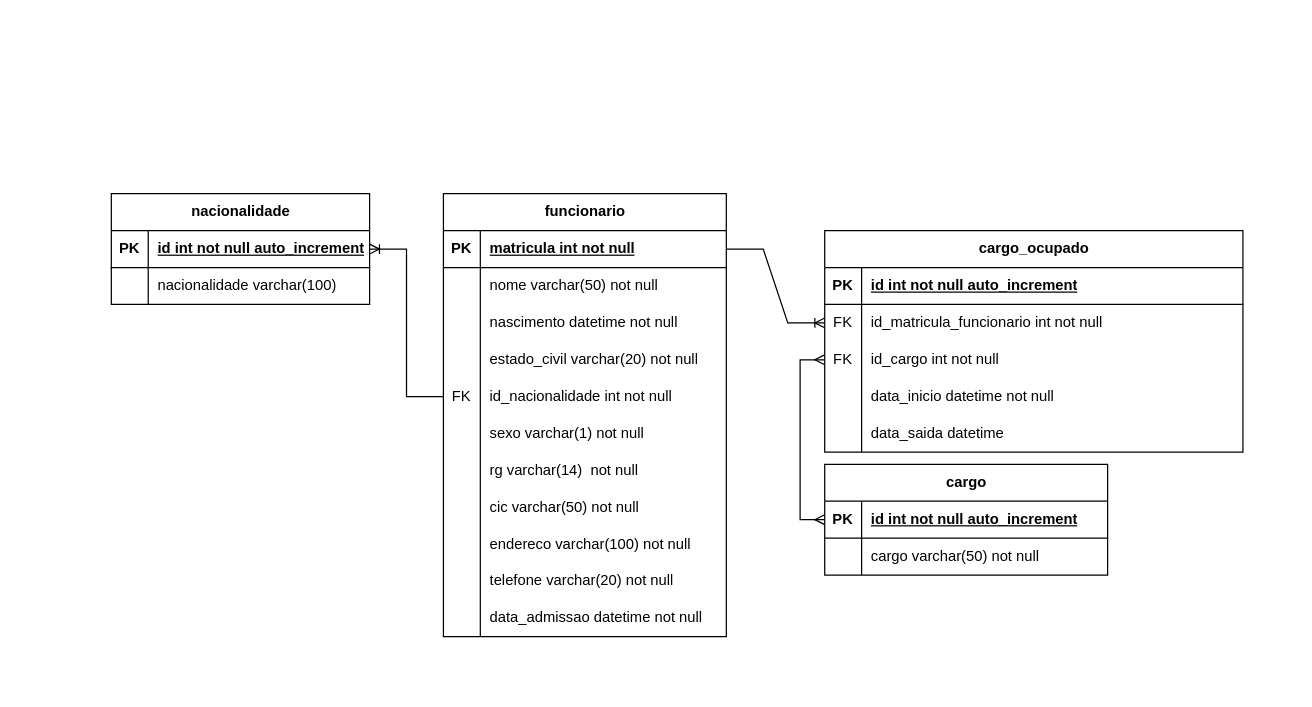
Above: Diagramas/Atividades/normalizacao.drawio in samueldelorenzi/BancoDeDadosI (draw.io), before the change. Source tidied: cells renumbered, new cells numbered last; positions are measured from the earlier drawing's top-left corner, leaving out a move shared by most shapes. Both pictures are drawn from the tidied source at 123%, with x=0, y=0 at pixel (111, 193).
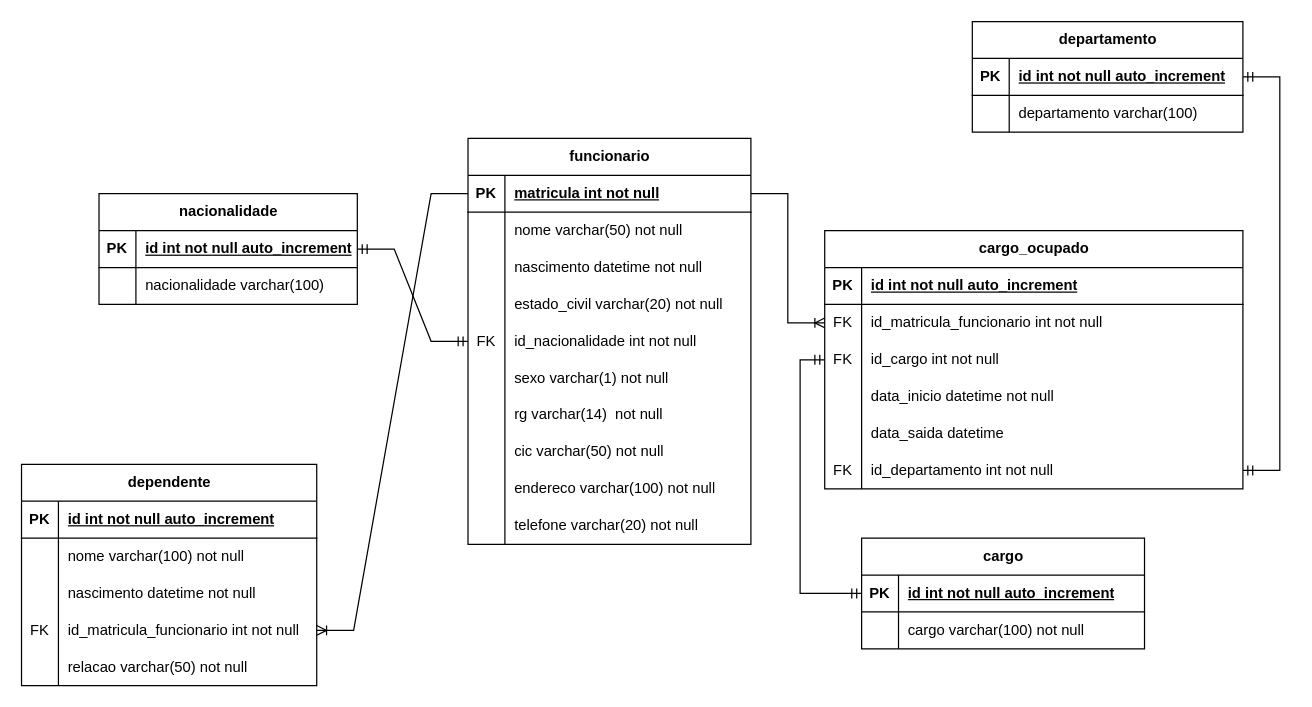
After the change.

The change refers to these unchanged cells:
```xml
<mxCell id="3" style="shape=tableRow;horizontal=0;startSize=0;swimlaneHead=0;swimlaneBody=0;fillColor=none;points=[[0,0.5],[1,0.5]];portConstraint=eastwest;top=0;left=0;right=0;bottom=1;" parent="2" vertex="1">
  <mxGeometry y="30" width="230" height="30" as="geometry" />
</mxCell>
<mxCell id="15" style="shape=tableRow;horizontal=0;startSize=0;swimlaneHead=0;swimlaneBody=0;fillColor=none;points=[[0,0.5],[1,0.5]];portConstraint=eastwest;top=0;left=0;right=0;bottom=0;" parent="2" vertex="1">
  <mxGeometry y="150" width="230" height="30" as="geometry" />
</mxCell>
<mxCell id="37" style="shape=tableRow;horizontal=0;startSize=0;swimlaneHead=0;swimlaneBody=0;fillColor=none;points=[[0,0.5],[1,0.5]];portConstraint=eastwest;top=0;left=0;right=0;bottom=1;" parent="36" vertex="1">
  <mxGeometry y="30" width="230" height="30" as="geometry" />
</mxCell>
<mxCell id="40" style="shape=tableRow;horizontal=0;startSize=0;swimlaneHead=0;swimlaneBody=0;fillColor=none;top=0;left=0;right=0;bottom=0;" parent="36" vertex="1">
  <mxGeometry y="60" width="230" height="30" as="geometry" />
</mxCell>
<mxCell id="47" style="shape=tableRow;horizontal=0;startSize=0;swimlaneHead=0;swimlaneBody=0;fillColor=none;points=[[0,0.5],[1,0.5]];portConstraint=eastwest;top=0;left=0;right=0;bottom=0;" parent="43" vertex="1">
  <mxGeometry y="60" width="340" height="30" as="geometry" />
</mxCell>
<mxCell id="50" style="shape=tableRow;horizontal=0;startSize=0;swimlaneHead=0;swimlaneBody=0;fillColor=none;points=[[0,0.5],[1,0.5]];portConstraint=eastwest;top=0;left=0;right=0;bottom=0;" parent="43" vertex="1">
  <mxGeometry y="90" width="340" height="30" as="geometry" />
</mxCell>
<mxCell id="60" style="shape=tableRow;horizontal=0;startSize=0;swimlaneHead=0;swimlaneBody=0;fillColor=none;points=[[0,0.5],[1,0.5]];portConstraint=eastwest;top=0;left=0;right=0;bottom=1;" parent="59" vertex="1">
  <mxGeometry y="30" width="210" height="30" as="geometry" />
</mxCell>
```

The edit, as a diff of the source:
```diff
@@
     <mxCell id="2" value="funcionario" style="shape=table;startSize=30;childLayout=tableLayout;rowLines=0;fontStyle=1;align=center;html=1;" parent="1" vertex="1">
-      <mxGeometry x="270" width="230" height="360" as="geometry" />
+      <mxGeometry x="290" y="-45" width="230" height="330" as="geometry" />
     </mxCell>
@@
-    <mxCell id="33" style="shape=tableRow;horizontal=0;startSize=0;swimlaneHead=0;swimlaneBody=0;fillColor=none;top=0;left=0;right=0;bottom=0;" parent="2" vertex="1">
-      <mxGeometry y="330" width="230" height="30" as="geometry" />
-    </mxCell>
-    <mxCell id="34" style="shape=partialRectangle;fillColor=none;top=0;left=0;bottom=0;right=0;overflow=hidden;whiteSpace=wrap;html=1;" parent="33" vertex="1">
-      <mxGeometry width="30" height="30" as="geometry" />
-    </mxCell>
-    <mxCell id="35" value="data_admissao datetime not null" style="shape=partialRectangle;fillColor=none;top=0;left=0;bottom=0;right=0;align=left;spacingLeft=6;overflow=hidden;whiteSpace=wrap;html=1;" parent="33" vertex="1">
-      <mxGeometry x="30" width="200" height="30" as="geometry" />
-    </mxCell>
     <mxCell id="36" value="cargo" style="shape=table;startSize=30;childLayout=tableLayout;rowLines=0;fontStyle=1;align=center;html=1;" parent="1" vertex="1">
-      <mxGeometry x="580" y="220" width="230" height="90" as="geometry" />
+      <mxGeometry x="610" y="280" width="230" height="90" as="geometry" />
     </mxCell>
@@
-    <mxCell id="42" value="cargo varchar(50) not null" style="shape=partialRectangle;fillColor=none;top=0;left=0;bottom=0;right=0;align=left;spacingLeft=6;overflow=hidden;whiteSpace=wrap;html=1;" parent="40" vertex="1">
+    <mxCell id="42" value="cargo varchar(100) not null" style="shape=partialRectangle;fillColor=none;top=0;left=0;bottom=0;right=0;align=left;spacingLeft=6;overflow=hidden;whiteSpace=wrap;html=1;" parent="40" vertex="1">
       <mxGeometry x="30" width="200" height="30" as="geometry" />
     </mxCell>
     <mxCell id="43" value="cargo_ocupado" style="shape=table;startSize=30;childLayout=tableLayout;rowLines=0;fontStyle=1;align=center;html=1;" parent="1" vertex="1">
-      <mxGeometry x="580" y="30" width="340" height="180" as="geometry" />
+      <mxGeometry x="580" y="30" width="340" height="210" as="geometry" />
     </mxCell>
@@
+    <mxCell id="69" style="shape=tableRow;horizontal=0;startSize=0;swimlaneHead=0;swimlaneBody=0;fillColor=none;points=[[0,0.5],[1,0.5]];portConstraint=eastwest;top=0;left=0;right=0;bottom=0;" parent="43" vertex="1">
+      <mxGeometry y="180" width="340" height="30" as="geometry" />
+    </mxCell>
+    <mxCell id="70" value="FK" style="shape=partialRectangle;fillColor=none;top=0;left=0;bottom=0;right=0;overflow=hidden;whiteSpace=wrap;html=1;" parent="69" vertex="1">
+      <mxGeometry width="30" height="30" as="geometry" />
+    </mxCell>
+    <mxCell id="71" value="id_departamento int not null" style="shape=partialRectangle;fillColor=none;top=0;left=0;bottom=0;right=0;align=left;spacingLeft=6;overflow=hidden;whiteSpace=wrap;html=1;" parent="69" vertex="1">
+      <mxGeometry x="30" width="310" height="30" as="geometry" />
+    </mxCell>
     <mxCell id="59" value="nacionalidade" style="shape=table;startSize=30;childLayout=tableLayout;rowLines=0;fontStyle=1;align=center;html=1;" parent="1" vertex="1">
-      <mxGeometry width="210" height="90" as="geometry" />
+      <mxGeometry x="-10" width="210" height="90" as="geometry" />
     </mxCell>
@@
-    <mxCell id="66" style="fontSize=12;html=1;endArrow=ERoneToMany;rounded=0;orthogonal=0;edgeStyle=orthogonalEdgeStyle;elbow=vertical;entryX=1;entryY=0.5;entryDx=0;entryDy=0;exitX=0;exitY=0.5;exitDx=0;exitDy=0;" parent="1" edge="1" source="15" target="60">
-      <mxGeometry relative="1" as="geometry">
-        <Array as="points">
-          <mxPoint x="240" y="165" />
-          <mxPoint x="240" y="45" />
-        </Array>
-      </mxGeometry>
-    </mxCell>
+    <mxCell id="68" style="edgeStyle=entityRelationEdgeStyle;fontSize=12;html=1;endArrow=ERoneToMany;rounded=0;entryX=0;entryY=0.5;entryDx=0;entryDy=0;exitX=1;exitY=0.5;exitDx=0;exitDy=0;" parent="1" edge="1" source="3" target="47">
+      <mxGeometry relative="1" as="geometry" />
+    </mxCell>
+    <mxCell id="72" value="departamento" style="shape=table;startSize=30;childLayout=tableLayout;rowLines=0;fontStyle=1;align=center;html=1;" parent="1" vertex="1">
+      <mxGeometry x="700" y="-140" width="220" height="90" as="geometry" />
+    </mxCell>
+    <mxCell id="73" style="shape=tableRow;horizontal=0;startSize=0;swimlaneHead=0;swimlaneBody=0;fillColor=none;points=[[0,0.5],[1,0.5]];portConstraint=eastwest;top=0;left=0;right=0;bottom=1;" parent="72" vertex="1">
+      <mxGeometry y="30" width="220" height="30" as="geometry" />
+    </mxCell>
+    <mxCell id="74" value="PK" style="shape=partialRectangle;fillColor=none;top=0;left=0;bottom=0;right=0;fontStyle=1;overflow=hidden;whiteSpace=wrap;html=1;" parent="73" vertex="1">
+      <mxGeometry width="30" height="30" as="geometry" />
+    </mxCell>
+    <mxCell id="75" value="id int not null auto_increment" style="shape=partialRectangle;fillColor=none;top=0;left=0;bottom=0;right=0;align=left;spacingLeft=6;fontStyle=5;overflow=hidden;whiteSpace=wrap;html=1;" parent="73" vertex="1">
+      <mxGeometry x="30" width="190" height="30" as="geometry" />
+    </mxCell>
+    <mxCell id="76" style="shape=tableRow;horizontal=0;startSize=0;swimlaneHead=0;swimlaneBody=0;fillColor=none;top=0;left=0;right=0;bottom=0;" parent="72" vertex="1">
+      <mxGeometry y="60" width="220" height="30" as="geometry" />
+    </mxCell>
+    <mxCell id="77" style="shape=partialRectangle;fillColor=none;top=0;left=0;bottom=0;right=0;overflow=hidden;whiteSpace=wrap;html=1;" parent="76" vertex="1">
+      <mxGeometry width="30" height="30" as="geometry" />
+    </mxCell>
+    <mxCell id="78" value="departamento varchar(100)" style="shape=partialRectangle;fillColor=none;top=0;left=0;bottom=0;right=0;align=left;spacingLeft=6;overflow=hidden;whiteSpace=wrap;html=1;" parent="76" vertex="1">
+      <mxGeometry x="30" width="190" height="30" as="geometry" />
+    </mxCell>
+    <mxCell id="79" value="dependente" style="shape=table;startSize=30;childLayout=tableLayout;rowLines=0;fontStyle=1;align=center;html=1;" parent="1" vertex="1">
+      <mxGeometry x="-73" y="220" width="240" height="180" as="geometry" />
+    </mxCell>
+    <mxCell id="80" style="shape=tableRow;horizontal=0;startSize=0;swimlaneHead=0;swimlaneBody=0;fillColor=none;top=0;left=0;right=0;bottom=1;" parent="79" vertex="1">
+      <mxGeometry y="30" width="240" height="30" as="geometry" />
+    </mxCell>
+    <mxCell id="81" value="PK" style="shape=partialRectangle;fillColor=none;top=0;left=0;bottom=0;right=0;fontStyle=1;overflow=hidden;whiteSpace=wrap;html=1;" parent="80" vertex="1">
+      <mxGeometry width="30" height="30" as="geometry" />
+    </mxCell>
+    <mxCell id="82" value="id int not null auto_increment" style="shape=partialRectangle;fillColor=none;top=0;left=0;bottom=0;right=0;align=left;spacingLeft=6;fontStyle=5;overflow=hidden;whiteSpace=wrap;html=1;" parent="80" vertex="1">
+      <mxGeometry x="30" width="210" height="30" as="geometry" />
+    </mxCell>
+    <mxCell id="83" style="shape=tableRow;horizontal=0;startSize=0;swimlaneHead=0;swimlaneBody=0;fillColor=none;top=0;left=0;right=0;bottom=0;" parent="79" vertex="1">
+      <mxGeometry y="60" width="240" height="30" as="geometry" />
+    </mxCell>
+    <mxCell id="84" style="shape=partialRectangle;fillColor=none;top=0;left=0;bottom=0;right=0;overflow=hidden;whiteSpace=wrap;html=1;" parent="83" vertex="1">
+      <mxGeometry width="30" height="30" as="geometry" />
+    </mxCell>
+    <mxCell id="85" value="nome varchar(100) not null" style="shape=partialRectangle;fillColor=none;top=0;left=0;bottom=0;right=0;align=left;spacingLeft=6;overflow=hidden;whiteSpace=wrap;html=1;" parent="83" vertex="1">
+      <mxGeometry x="30" width="210" height="30" as="geometry" />
+    </mxCell>
+    <mxCell id="86" style="shape=tableRow;horizontal=0;startSize=0;swimlaneHead=0;swimlaneBody=0;fillColor=none;top=0;left=0;right=0;bottom=0;" parent="79" vertex="1">
+      <mxGeometry y="90" width="240" height="30" as="geometry" />
+    </mxCell>
+    <mxCell id="87" style="shape=partialRectangle;fillColor=none;top=0;left=0;bottom=0;right=0;overflow=hidden;whiteSpace=wrap;html=1;" parent="86" vertex="1">
+      <mxGeometry width="30" height="30" as="geometry" />
+    </mxCell>
+    <mxCell id="88" value="nascimento datetime not null" style="shape=partialRectangle;fillColor=none;top=0;left=0;bottom=0;right=0;align=left;spacingLeft=6;overflow=hidden;whiteSpace=wrap;html=1;" parent="86" vertex="1">
+      <mxGeometry x="30" width="210" height="30" as="geometry" />
+    </mxCell>
+    <mxCell id="89" style="shape=tableRow;horizontal=0;startSize=0;swimlaneHead=0;swimlaneBody=0;fillColor=none;points=[[0,0.5],[1,0.5]];portConstraint=eastwest;top=0;left=0;right=0;bottom=0;" parent="79" vertex="1">
+      <mxGeometry y="120" width="240" height="30" as="geometry" />
+    </mxCell>
+    <mxCell id="90" value="FK" style="shape=partialRectangle;fillColor=none;top=0;left=0;bottom=0;right=0;overflow=hidden;whiteSpace=wrap;html=1;" parent="89" vertex="1">
+      <mxGeometry width="30" height="30" as="geometry" />
+    </mxCell>
+    <mxCell id="91" value="id_matricula_funcionario int not null&amp;nbsp;" style="shape=partialRectangle;fillColor=none;top=0;left=0;bottom=0;right=0;align=left;spacingLeft=6;overflow=hidden;whiteSpace=wrap;html=1;" parent="89" vertex="1">
+      <mxGeometry x="30" width="210" height="30" as="geometry" />
+    </mxCell>
+    <mxCell id="92" style="shape=tableRow;horizontal=0;startSize=0;swimlaneHead=0;swimlaneBody=0;fillColor=none;top=0;left=0;right=0;bottom=0;" parent="79" vertex="1">
+      <mxGeometry y="150" width="240" height="30" as="geometry" />
+    </mxCell>
+    <mxCell id="93" style="shape=partialRectangle;fillColor=none;top=0;left=0;bottom=0;right=0;overflow=hidden;whiteSpace=wrap;html=1;" parent="92" vertex="1">
+      <mxGeometry width="30" height="30" as="geometry" />
+    </mxCell>
+    <mxCell id="94" value="relacao varchar(50) not null" style="shape=partialRectangle;fillColor=none;top=0;left=0;bottom=0;right=0;align=left;spacingLeft=6;overflow=hidden;whiteSpace=wrap;html=1;" parent="92" vertex="1">
+      <mxGeometry x="30" width="210" height="30" as="geometry" />
+    </mxCell>
+    <mxCell id="95" style="edgeStyle=entityRelationEdgeStyle;fontSize=12;html=1;endArrow=ERoneToMany;rounded=0;" parent="1" edge="1" source="3" target="89">
+      <mxGeometry relative="1" as="geometry" />
+    </mxCell>
-    <mxCell id="67" style="fontSize=12;html=1;endArrow=ERmany;startArrow=ERmany;rounded=0;entryX=0;entryY=0.5;entryDx=0;entryDy=0;exitX=0;exitY=0.5;exitDx=0;exitDy=0;edgeStyle=elbowEdgeStyle;" parent="1" edge="1" source="50" target="37">
+    <mxCell id="67" style="edgeStyle=orthogonalEdgeStyle;fontSize=12;html=1;endArrow=ERmandOne;startArrow=ERmandOne;rounded=0;exitX=0;exitY=0.5;exitDx=0;exitDy=0;entryX=0;entryY=0.5;entryDx=0;entryDy=0;" parent="1" edge="1" source="50" target="37">
       <mxGeometry relative="1" as="geometry">
         <Array as="points">
-          <mxPoint x="560" y="200" />
+          <mxPoint x="560" y="135" />
+          <mxPoint x="560" y="325" />
         </Array>
       </mxGeometry>
     </mxCell>
-    <mxCell id="68" style="edgeStyle=entityRelationEdgeStyle;fontSize=12;html=1;endArrow=ERoneToMany;rounded=0;entryX=0;entryY=0.5;entryDx=0;entryDy=0;exitX=1;exitY=0.5;exitDx=0;exitDy=0;" parent="1" edge="1" source="3" target="47">
-      <mxGeometry relative="1" as="geometry" />
-    </mxCell>
+    <mxCell id="96" style="edgeStyle=entityRelationEdgeStyle;fontSize=12;html=1;endArrow=ERmandOne;startArrow=ERmandOne;rounded=0;exitX=1;exitY=0.5;exitDx=0;exitDy=0;entryX=0;entryY=0.5;entryDx=0;entryDy=0;" parent="1" edge="1" source="60" target="15">
+      <mxGeometry relative="1" as="geometry" />
+    </mxCell>
+    <mxCell id="97" style="edgeStyle=entityRelationEdgeStyle;fontSize=12;html=1;endArrow=ERmandOne;startArrow=ERmandOne;rounded=0;exitX=1;exitY=0.5;exitDx=0;exitDy=0;entryX=1;entryY=0.5;entryDx=0;entryDy=0;" parent="1" edge="1" source="73" target="69">
+      <mxGeometry relative="1" as="geometry" />
+    </mxCell>
```
